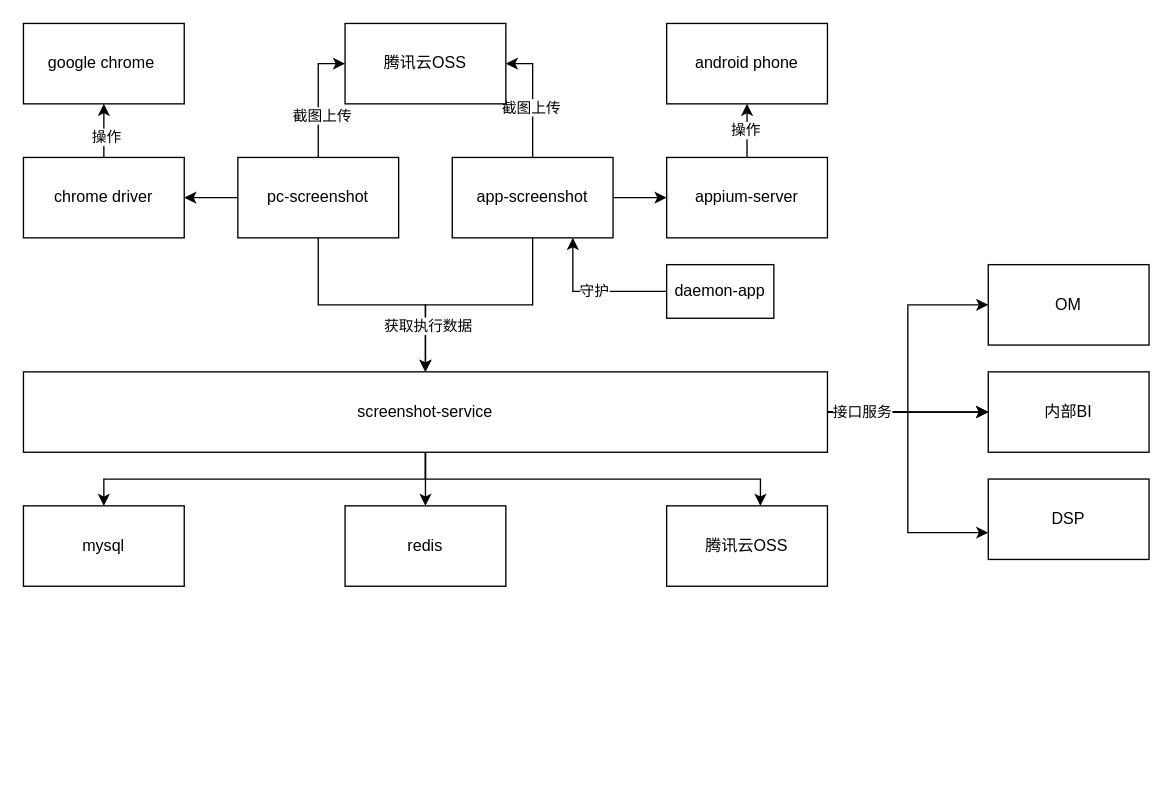
Before: srceenshot.drawio in huankong/processon, a draw.io diagram. Source tidied: cells renumbered, new cells numbered last; positions are measured from the earlier drawing's top-left corner, leaving out a move shared by most shapes. Both pictures are drawn from the tidied source at 134%, with x=0, y=0 at pixel (23, 23).
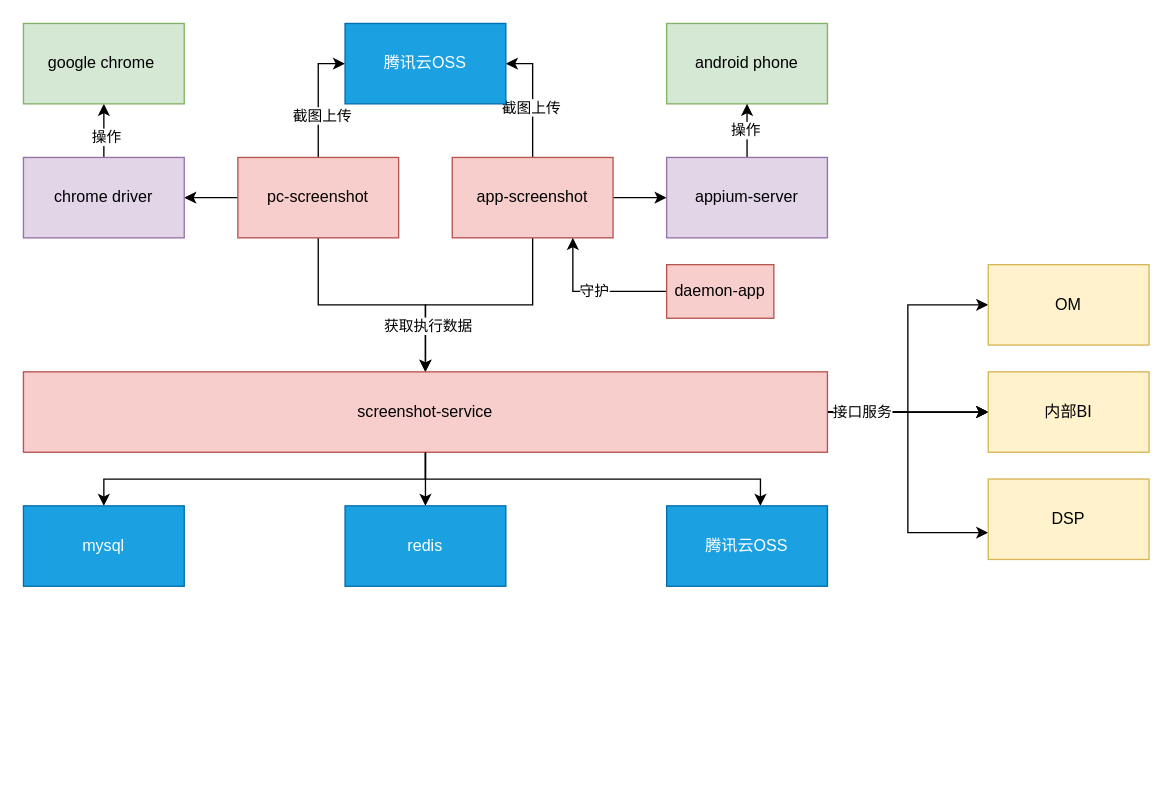
After the change.

What changed in the source:
```diff
@@
-    <mxCell id="2" style="group;" parent="1" vertex="1">
-      <mxGeometry x="460" y="100" width="140" height="460" as="geometry" />
-    </mxCell>
-    <mxCell id="3" value="appium-server" style="whiteSpace=wrap;html=1;flipH=0;flipV=1;" parent="2" vertex="1">
-      <mxGeometry x="20" width="120" height="60" as="geometry" />
-    </mxCell>
-    <mxCell id="4" value="daemon-app" style="whiteSpace=wrap;html=1;" parent="2" vertex="1">
-      <mxGeometry x="20" y="80" width="80" height="40" as="geometry" />
-    </mxCell>
-    <mxCell id="5" value="腾讯云OSS" style="whiteSpace=wrap;html=1;" parent="2" vertex="1">
-      <mxGeometry x="20" y="260" width="120" height="60" as="geometry" />
-    </mxCell>
@@
-    <mxCell id="10" value="pc-screenshot" style="whiteSpace=wrap;html=1;flipH=0;flipV=1;" parent="1" vertex="1">
+    <mxCell id="10" value="pc-screenshot" style="whiteSpace=wrap;html=1;flipH=0;flipV=1;fillColor=#f8cecc;strokeColor=#b85450;" parent="1" vertex="1">
       <mxGeometry x="160" y="100" width="120" height="60" as="geometry" />
     </mxCell>
@@
-    <mxCell id="19" value="screenshot-service" style="whiteSpace=wrap;html=1;" parent="1" vertex="1">
+    <mxCell id="19" value="screenshot-service" style="whiteSpace=wrap;html=1;fillColor=#f8cecc;strokeColor=#b85450;" parent="1" vertex="1">
       <mxGeometry y="260" width="600" height="60" as="geometry" />
     </mxCell>
@@
-    <mxCell id="25" value="app-screenshot" style="whiteSpace=wrap;html=1;flipH=0;flipV=1;" parent="1" vertex="1">
+    <mxCell id="25" value="app-screenshot" style="whiteSpace=wrap;html=1;flipH=0;flipV=1;fillColor=#f8cecc;strokeColor=#b85450;" parent="1" vertex="1">
       <mxGeometry x="320" y="100" width="120" height="60" as="geometry" />
     </mxCell>
-    <mxCell id="26" value="android phone" style="whiteSpace=wrap;html=1;flipH=0;flipV=1;" parent="1" vertex="1">
+    <mxCell id="26" value="android phone" style="whiteSpace=wrap;html=1;flipH=0;flipV=1;fillColor=#d5e8d4;strokeColor=#82b366;" parent="1" vertex="1">
       <mxGeometry x="480" width="120" height="60" as="geometry" />
     </mxCell>
@@
-    <mxCell id="31" value="chrome driver" style="whiteSpace=wrap;html=1;flipH=0;flipV=1;" parent="1" vertex="1">
+    <mxCell id="31" value="chrome driver" style="whiteSpace=wrap;html=1;flipH=0;flipV=1;fillColor=#e1d5e7;strokeColor=#9673a6;" parent="1" vertex="1">
       <mxGeometry y="100" width="120" height="60" as="geometry" />
     </mxCell>
-    <mxCell id="32" value="google chrome&amp;nbsp;" style="whiteSpace=wrap;html=1;" parent="1" vertex="1">
+    <mxCell id="32" value="google chrome&amp;nbsp;" style="whiteSpace=wrap;html=1;fillColor=#d5e8d4;strokeColor=#82b366;" parent="1" vertex="1">
       <mxGeometry width="120" height="60" as="geometry" />
     </mxCell>
-    <mxCell id="33" value="腾讯云OSS" style="whiteSpace=wrap;html=1;" parent="1" vertex="1">
+    <mxCell id="33" value="腾讯云OSS" style="whiteSpace=wrap;html=1;fillColor=#1ba1e2;fontColor=#ffffff;strokeColor=#006EAF;" parent="1" vertex="1">
       <mxGeometry x="240" width="120" height="60" as="geometry" />
     </mxCell>
-    <mxCell id="34" value="mysql" style="whiteSpace=wrap;html=1;" parent="1" vertex="1">
+    <mxCell id="34" value="mysql" style="whiteSpace=wrap;html=1;fillColor=#1ba1e2;fontColor=#ffffff;strokeColor=#006EAF;" parent="1" vertex="1">
       <mxGeometry y="360" width="120" height="60" as="geometry" />
     </mxCell>
@@
-    <mxCell id="37" value="redis" style="whiteSpace=wrap;html=1;" parent="1" vertex="1">
+    <mxCell id="37" value="redis" style="whiteSpace=wrap;html=1;fillColor=#1ba1e2;fontColor=#ffffff;strokeColor=#006EAF;" parent="1" vertex="1">
       <mxGeometry x="240" y="360" width="120" height="60" as="geometry" />
     </mxCell>
@@
-    <mxCell id="39" value="OM" style="whiteSpace=wrap;html=1;" parent="1" vertex="1">
+    <mxCell id="39" value="OM" style="whiteSpace=wrap;html=1;fillColor=#fff2cc;strokeColor=#d6b656;" parent="1" vertex="1">
       <mxGeometry x="720" y="180" width="120" height="60" as="geometry" />
     </mxCell>
-    <mxCell id="40" value="内部BI" style="whiteSpace=wrap;html=1;" parent="1" vertex="1">
+    <mxCell id="40" value="内部BI" style="whiteSpace=wrap;html=1;fillColor=#fff2cc;strokeColor=#d6b656;" parent="1" vertex="1">
       <mxGeometry x="720" y="260" width="120" height="60" as="geometry" />
     </mxCell>
-    <mxCell id="41" value="DSP" style="whiteSpace=wrap;html=1;" parent="1" vertex="1">
+    <mxCell id="41" value="DSP" style="whiteSpace=wrap;html=1;fillColor=#fff2cc;strokeColor=#d6b656;" parent="1" vertex="1">
       <mxGeometry x="720" y="340" width="120" height="60" as="geometry" />
     </mxCell>
+    <mxCell id="3" value="appium-server" style="whiteSpace=wrap;html=1;flipH=0;flipV=1;fillColor=#e1d5e7;strokeColor=#9673a6;" parent="1" vertex="1">
+      <mxGeometry x="480" y="100" width="120" height="60" as="geometry" />
+    </mxCell>
+    <mxCell id="4" value="daemon-app" style="whiteSpace=wrap;html=1;fillColor=#f8cecc;strokeColor=#b85450;" parent="1" vertex="1">
+      <mxGeometry x="480" y="180" width="80" height="40" as="geometry" />
+    </mxCell>
+    <mxCell id="5" value="腾讯云OSS" style="whiteSpace=wrap;html=1;fillColor=#1ba1e2;fontColor=#ffffff;strokeColor=#006EAF;" parent="1" vertex="1">
+      <mxGeometry x="480" y="360" width="120" height="60" as="geometry" />
+    </mxCell>
```
